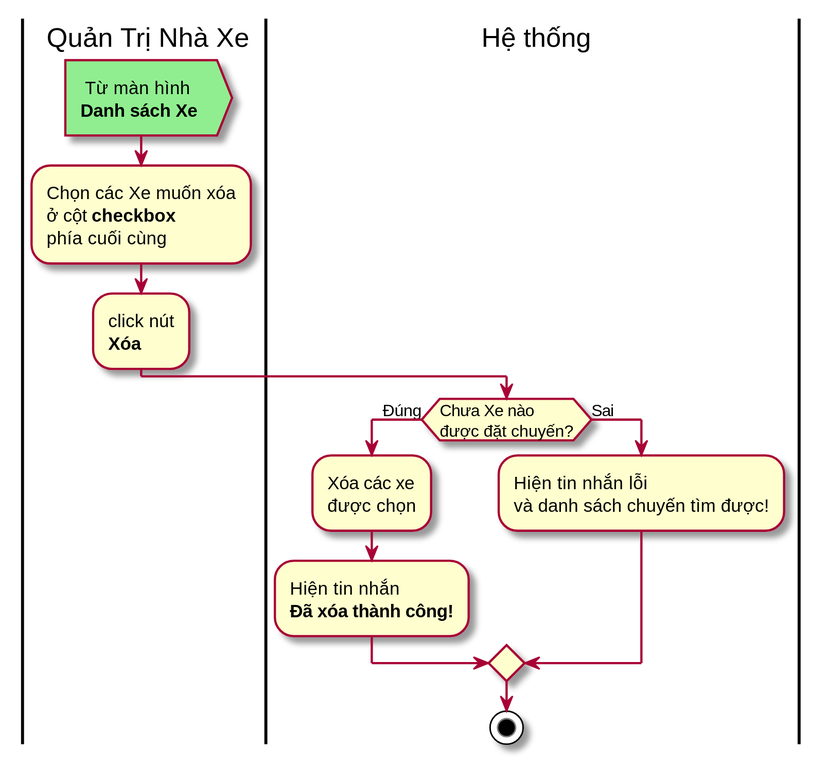
Above: Documents/working/Giap/usecases_and_flow_charts/delete_buss.svg in tungdduy/funixCP (PlantUML), before the change.
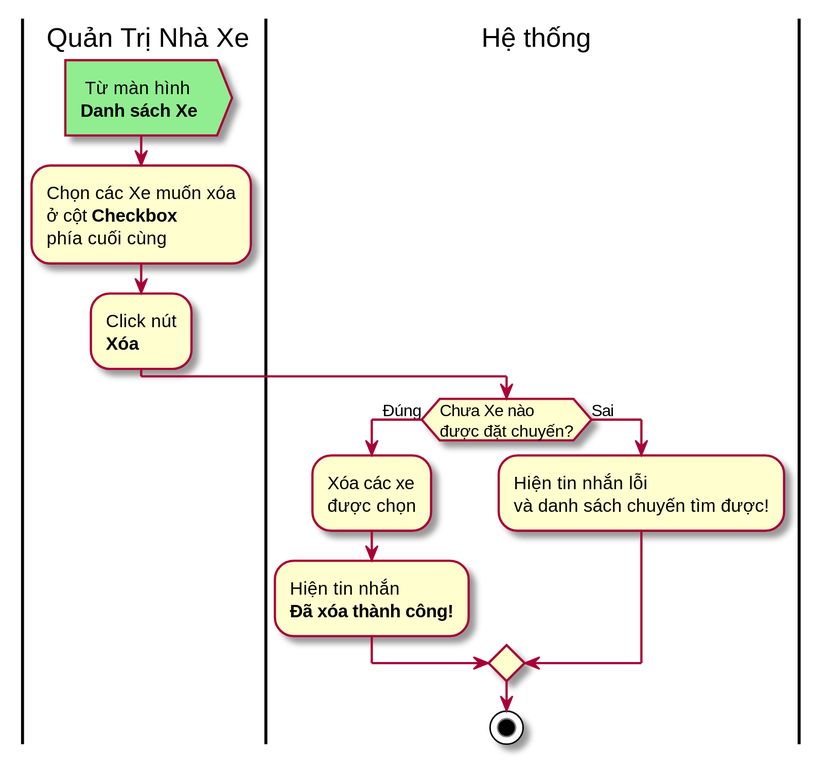
After the commit.

Diff of the diagram source:
```diff
@@ -6,10 +6,10 @@
 	<b>Danh sách Xe</b> >
 
 	:Chọn các Xe muốn xóa
-	ở cột <b>checkbox</b>
+	ở cột <b>Checkbox</b>
 	phía cuối cùng;
 
-	:click nút
+	:Click nút
 	<b>Xóa</b>;
 |System| Hệ thống
 	if (Chưa Xe nào\nđược đặt chuyến?) then (Đúng)
```
